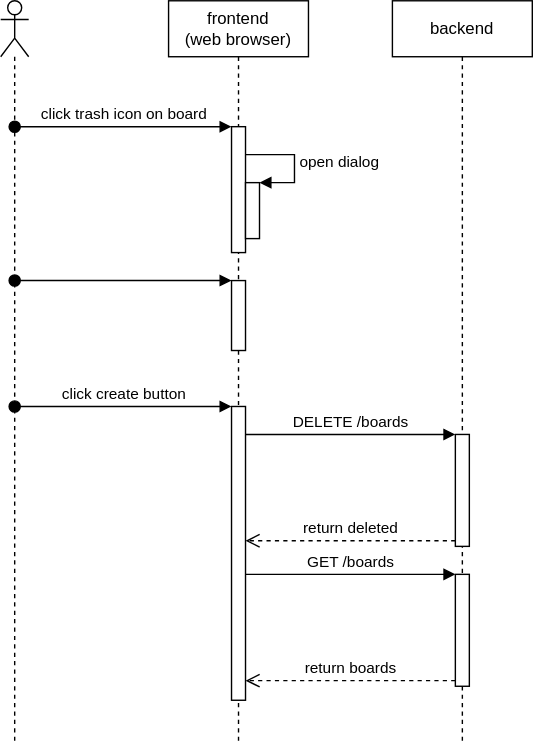
Before: design/architecture/board_remove.drawio.svg, a diagram exported from draw.io (nihiyama/todo-app-demo). Source tidied: cells renumbered, new cells last; positions are measured from the earlier drawing's top-left corner, leaving out a move shared by most shapes. The source it was exported from:
```xml
<mxGraphModel>
  <root>
    <mxCell id="0" />
    <mxCell id="1" parent="0" />
    <mxCell id="2" value="frontend&lt;br&gt;(web browser)" style="shape=umlLifeline;perimeter=lifelinePerimeter;whiteSpace=wrap;html=1;" parent="1" vertex="1">
      <mxGeometry x="120" width="100" height="530" as="geometry" />
    </mxCell>
    <mxCell id="3" style="html=1;points=[];perimeter=orthogonalPerimeter;" parent="2" vertex="1">
      <mxGeometry x="45" y="200" width="10" height="50" as="geometry" />
    </mxCell>
    <mxCell id="4" style="html=1;verticalAlign=bottom;startArrow=oval;endArrow=block;startSize=8;" parent="2" edge="1" target="3">
      <mxGeometry relative="1" as="geometry">
        <mxPoint x="-110" y="200" as="sourcePoint" />
      </mxGeometry>
    </mxCell>
    <mxCell id="5" value="backend" style="shape=umlLifeline;perimeter=lifelinePerimeter;whiteSpace=wrap;html=1;" parent="1" vertex="1">
      <mxGeometry x="280" width="100" height="530" as="geometry" />
    </mxCell>
    <mxCell id="6" style="shape=umlLifeline;participant=umlActor;perimeter=lifelinePerimeter;whiteSpace=wrap;html=1;verticalAlign=top;spacingTop=36;" parent="1" vertex="1">
      <mxGeometry width="20" height="530" as="geometry" />
    </mxCell>
    <mxCell id="7" style="html=1;points=[];perimeter=orthogonalPerimeter;" parent="1" vertex="1">
      <mxGeometry x="165" y="90" width="10" height="90" as="geometry" />
    </mxCell>
    <mxCell id="8" value="click trash icon on board" style="html=1;verticalAlign=bottom;startArrow=oval;endArrow=block;startSize=8;" parent="1" edge="1" target="7">
      <mxGeometry relative="1" as="geometry">
        <mxPoint x="10" y="90" as="sourcePoint" />
      </mxGeometry>
    </mxCell>
    <mxCell id="9" style="html=1;points=[];perimeter=orthogonalPerimeter;" parent="1" vertex="1">
      <mxGeometry x="175" y="130" width="10" height="40" as="geometry" />
    </mxCell>
    <mxCell id="10" value="open dialog" style="edgeStyle=orthogonalEdgeStyle;html=1;align=left;spacingLeft=2;endArrow=block;rounded=0;entryX=1;entryY=0;" parent="1" edge="1" target="9">
      <mxGeometry relative="1" as="geometry">
        <mxPoint x="175" y="110" as="sourcePoint" />
        <Array as="points">
          <mxPoint x="210" y="110" />
          <mxPoint x="210" y="130" />
        </Array>
      </mxGeometry>
    </mxCell>
    <mxCell id="11" value="click create button" style="html=1;verticalAlign=bottom;startArrow=oval;endArrow=block;startSize=8;" parent="1" edge="1">
      <mxGeometry relative="1" as="geometry">
        <mxPoint x="10" y="290" as="sourcePoint" />
        <mxPoint x="165" y="290" as="targetPoint" />
      </mxGeometry>
    </mxCell>
    <mxCell id="12" style="html=1;points=[];perimeter=orthogonalPerimeter;" parent="1" vertex="1">
      <mxGeometry x="325" y="310" width="10" height="80" as="geometry" />
    </mxCell>
    <mxCell id="13" value="DELETE /boards" style="html=1;verticalAlign=bottom;endArrow=block;entryX=0;entryY=0;" parent="1" edge="1" target="12">
      <mxGeometry relative="1" as="geometry">
        <mxPoint x="175" y="310" as="sourcePoint" />
      </mxGeometry>
    </mxCell>
    <mxCell id="14" value="return deleted" style="html=1;verticalAlign=bottom;endArrow=open;dashed=1;endSize=8;exitX=0;exitY=0.95;" parent="1" edge="1" source="12">
      <mxGeometry relative="1" as="geometry">
        <mxPoint x="175" y="386" as="targetPoint" />
      </mxGeometry>
    </mxCell>
    <mxCell id="15" style="html=1;perimeter=orthogonalPerimeter;" parent="1" vertex="1">
      <mxGeometry x="165" y="290" width="10" height="210" as="geometry" />
    </mxCell>
    <mxCell id="16" style="html=1;points=[];perimeter=orthogonalPerimeter;" parent="1" vertex="1">
      <mxGeometry x="325" y="410" width="10" height="80" as="geometry" />
    </mxCell>
    <mxCell id="17" value="GET /boards" style="html=1;verticalAlign=bottom;endArrow=block;entryX=0;entryY=0;" parent="1" edge="1" target="16">
      <mxGeometry relative="1" as="geometry">
        <mxPoint x="175" y="410" as="sourcePoint" />
      </mxGeometry>
    </mxCell>
    <mxCell id="18" value="return boards" style="html=1;verticalAlign=bottom;endArrow=open;dashed=1;endSize=8;exitX=0;exitY=0.95;" parent="1" edge="1" source="16">
      <mxGeometry relative="1" as="geometry">
        <mxPoint x="175" y="486" as="targetPoint" />
      </mxGeometry>
    </mxCell>
  </root>
</mxGraphModel>
```
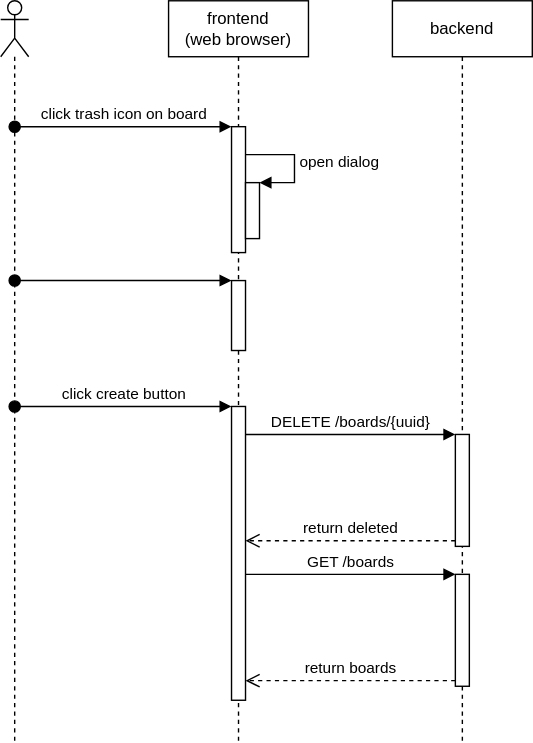
Above is the later version.

The edit, as a diff of the source:
```diff
@@ -48,7 +48,7 @@
     <mxCell id="12" style="html=1;points=[];perimeter=orthogonalPerimeter;" parent="1" vertex="1">
       <mxGeometry x="325" y="310" width="10" height="80" as="geometry" />
     </mxCell>
-    <mxCell id="13" value="DELETE /boards" style="html=1;verticalAlign=bottom;endArrow=block;entryX=0;entryY=0;" parent="1" edge="1" target="12">
+    <mxCell id="13" value="DELETE /boards/{uuid}" style="html=1;verticalAlign=bottom;endArrow=block;entryX=0;entryY=0;" parent="1" edge="1" target="12">
       <mxGeometry relative="1" as="geometry">
         <mxPoint x="175" y="310" as="sourcePoint" />
       </mxGeometry>
```
